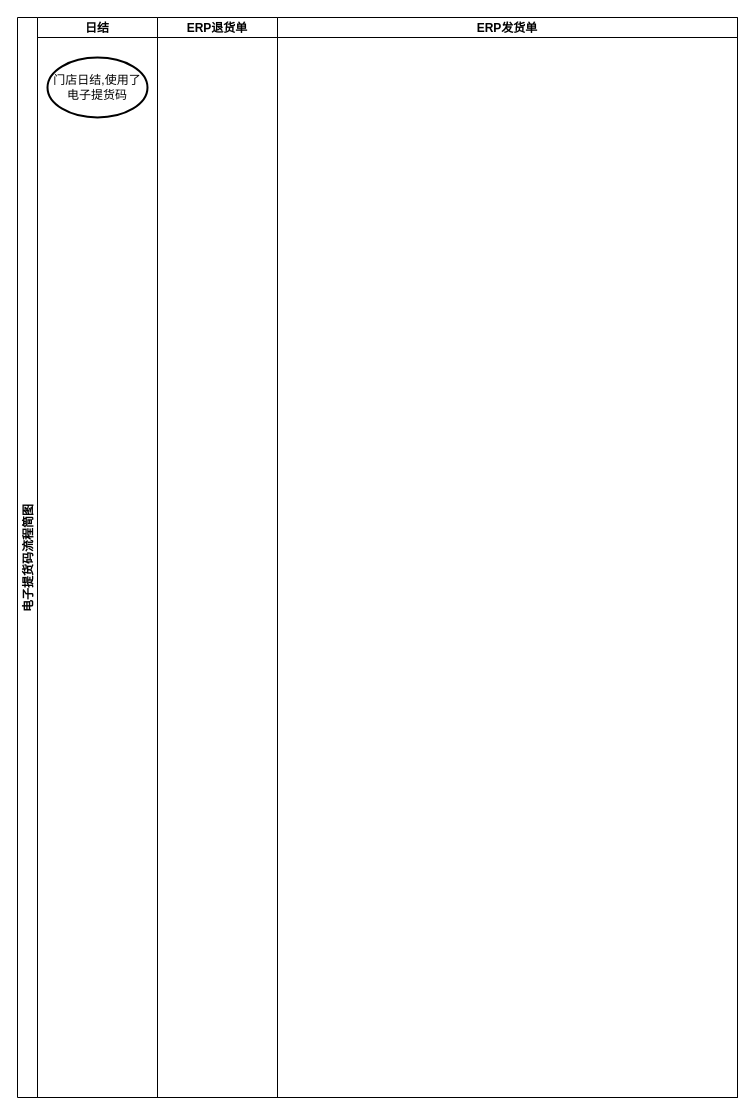
Earlier version of the draw.io diagram 电子提货码交互简图.drawio (fengj1202/draw). Source tidied: cells renumbered, new cells numbered last; positions are measured from the earlier drawing's top-left corner, leaving out a move shared by most shapes. Both pictures are drawn from the tidied source at 100%, with x=0, y=0 at pixel (17, 17).
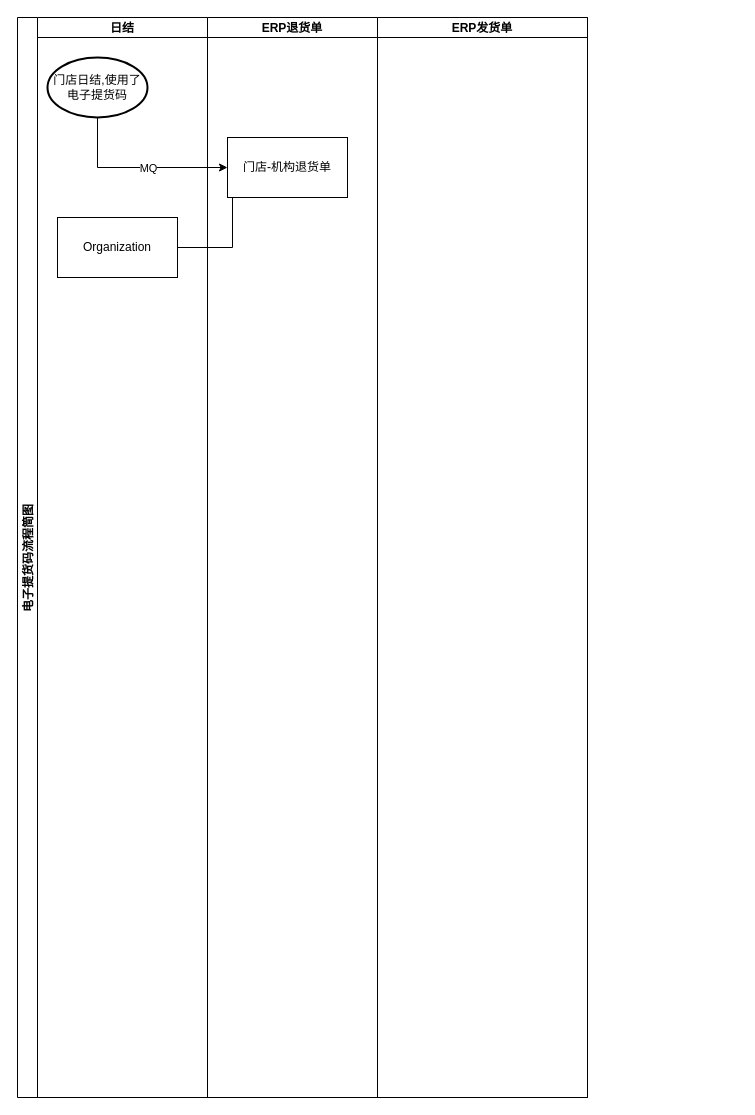
After the change.

Commit message (it also covers changes not shown here):
更新电子提货码交互简图.drawio

What changed in the source:
```diff
@@
 <mxGraphModel>
   <root>
     <mxCell id="0" />
     <mxCell id="1" parent="0" />
     <mxCell id="2" value="电子提货码流程简图" style="swimlane;startSize=20;horizontal=0;" parent="1" vertex="1">
-      <mxGeometry width="720" height="1080" as="geometry" />
+      <mxGeometry width="570" height="1080" as="geometry" />
     </mxCell>
     <mxCell id="3" value="日结" style="swimlane;startSize=20;" parent="2" vertex="1">
-      <mxGeometry x="20" width="120" height="1080" as="geometry" />
+      <mxGeometry x="20" width="170" height="1080" as="geometry" />
     </mxCell>
     <mxCell id="4" value="门店日结,使用了电子提货码" style="strokeWidth=2;html=1;shape=mxgraph.flowchart.start_1;whiteSpace=wrap;" parent="3" vertex="1">
       <mxGeometry x="10" y="40" width="100" height="60" as="geometry" />
     </mxCell>
+    <mxCell id="7" value="Organization" style="whiteSpace=wrap;html=1;align=center;newEdgeStyle={&quot;edgeStyle&quot;:&quot;elbowEdgeStyle&quot;,&quot;startArrow&quot;:&quot;none&quot;,&quot;endArrow&quot;:&quot;none&quot;};" parent="3" vertex="1">
+      <mxGeometry x="20" y="200" width="120" height="60" as="geometry" />
+    </mxCell>
     <mxCell id="5" value="ERP退货单" style="swimlane;startSize=20;" parent="2" vertex="1">
-      <mxGeometry x="140" width="120" height="1080" as="geometry" />
+      <mxGeometry x="190" width="170" height="1080" as="geometry" />
     </mxCell>
+    <mxCell id="8" value="门店-机构退货单" style="whiteSpace=wrap;html=1;align=center;newEdgeStyle={&quot;edgeStyle&quot;:&quot;elbowEdgeStyle&quot;,&quot;startArrow&quot;:&quot;none&quot;,&quot;endArrow&quot;:&quot;none&quot;};" parent="5" vertex="1">
+      <mxGeometry x="20" y="120" width="120" height="60" as="geometry" />
+    </mxCell>
     <mxCell id="6" value="ERP发货单" style="swimlane;startSize=20;" parent="2" vertex="1">
-      <mxGeometry x="260" width="460" height="1080" as="geometry" />
+      <mxGeometry x="360" width="210" height="1080" as="geometry" />
     </mxCell>
+    <mxCell id="9" style="edgeStyle=orthogonalEdgeStyle;rounded=0;jettySize=auto;html=1;exitX=0.5;exitY=1;exitDx=0;exitDy=0;exitPerimeter=0;entryX=0;entryY=0.5;entryDx=0;entryDy=0;" parent="2" edge="1" source="4" target="8">
+      <mxGeometry relative="1" as="geometry" />
+    </mxCell>
+    <mxCell id="10" value="MQ" style="edgeLabel;html=1;align=center;verticalAlign=middle;" parent="9" vertex="1">
+      <mxGeometry x="0.11" relative="1" as="geometry" />
+    </mxCell>
+    <mxCell id="11" style="edgeStyle=elbowEdgeStyle;rounded=0;jettySize=auto;html=1;startArrow=none;endArrow=none;exitX=0.5;exitY=1;exitDx=0;exitDy=0;entryX=1;entryY=0.5;entryDx=0;entryDy=0;" parent="2" edge="1" source="8" target="7">
+      <mxGeometry relative="1" as="geometry" />
+    </mxCell>
   </root>
 </mxGraphModel>
```
